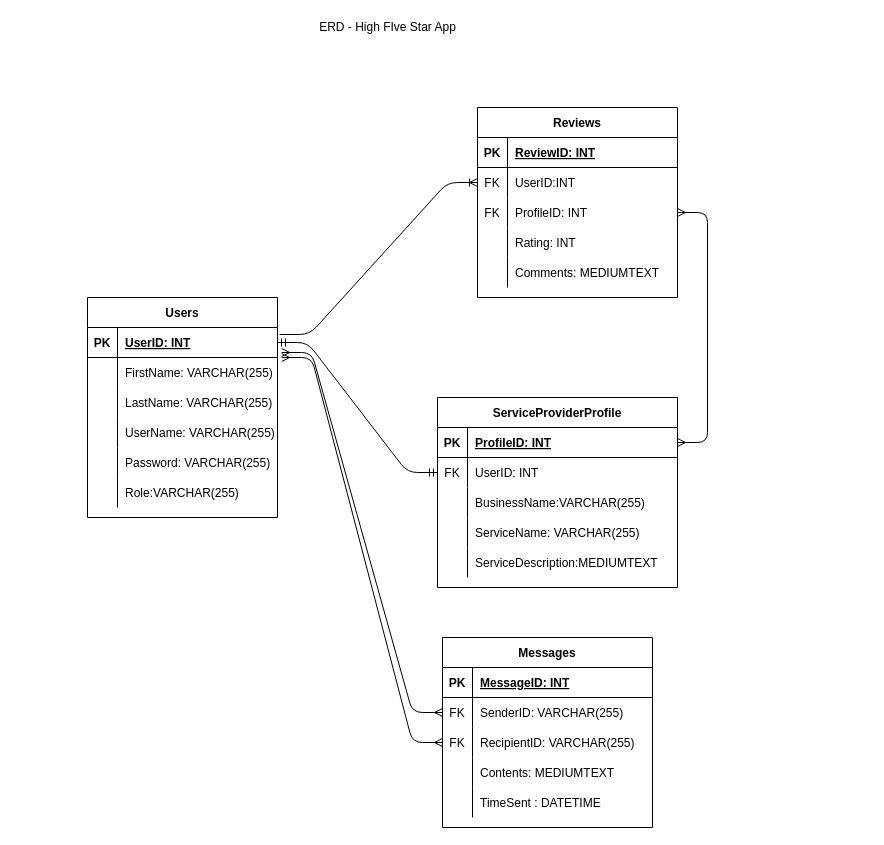
Before: Diagrams/ERDiagram.drawio in schurch82/High-Five-Star, a draw.io diagram. Source tidied: cells renumbered, new cells numbered last; positions are measured from the earlier drawing's top-left corner, leaving out a move shared by most shapes. Both pictures are drawn from the tidied source at 100%, with x=0, y=0 at pixel (87, 17).
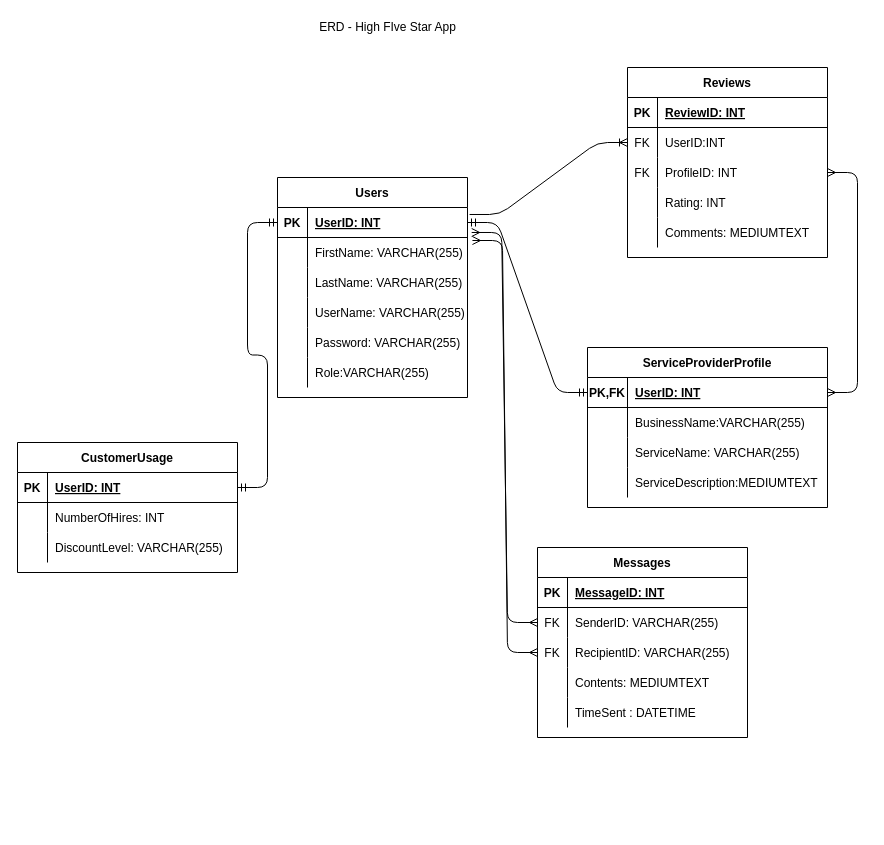
After the change.

Commit message:
adds Customer Usage table

The change refers to these unchanged cells:
```xml
<mxCell id="3" style="shape=partialRectangle;fillColor=none;top=0;left=0;bottom=1;right=0;points=[[0,0.5],[1,0.5]];portConstraint=eastwest;" parent="2" vertex="1">
  <mxGeometry y="30" width="190" height="30" as="geometry" />
</mxCell>
<mxCell id="6" style="shape=partialRectangle;fillColor=none;top=0;left=0;bottom=0;right=0;points=[[0,0.5],[1,0.5]];portConstraint=eastwest;" parent="2" vertex="1">
  <mxGeometry y="60" width="190" height="30" as="geometry" />
</mxCell>
<mxCell id="28" style="shape=partialRectangle;fillColor=none;top=0;left=0;bottom=0;right=0;points=[[0,0.5],[1,0.5]];portConstraint=eastwest;" parent="21" vertex="1">
  <mxGeometry y="90" width="210" height="30" as="geometry" />
</mxCell>
<mxCell id="55" style="shape=partialRectangle;fillColor=none;top=0;left=0;bottom=1;right=0;points=[[0,0.5],[1,0.5]];portConstraint=eastwest;" parent="54" vertex="1">
  <mxGeometry y="30" width="240" height="30" as="geometry" />
</mxCell>
```

The edit, as a diff of the source:
```diff
@@
     <mxCell id="2" value="Users" style="shape=table;startSize=30;childLayout=tableLayout;rowLines=0;fontStyle=1;align=center;" parent="1" vertex="1">
-      <mxGeometry y="280" width="190" height="220" as="geometry" />
+      <mxGeometry x="190" y="160" width="190" height="220" as="geometry" />
     </mxCell>
@@
     <mxCell id="21" value="Messages" style="shape=table;startSize=30;childLayout=tableLayout;rowLines=0;fontStyle=1;align=center;" parent="1" vertex="1">
-      <mxGeometry x="355" y="620" width="210" height="190" as="geometry" />
+      <mxGeometry x="450" y="530" width="210" height="190" as="geometry" />
     </mxCell>
@@
     <mxCell id="37" value="Reviews" style="shape=table;startSize=30;childLayout=tableLayout;rowLines=0;fontStyle=1;align=center;" parent="1" vertex="1">
-      <mxGeometry x="390" y="90" width="200" height="190" as="geometry" />
+      <mxGeometry x="540" y="50" width="200" height="190" as="geometry" />
     </mxCell>
@@
     <mxCell id="54" value="ServiceProviderProfile" style="shape=table;startSize=30;childLayout=tableLayout;rowLines=0;fontStyle=1;align=center;" parent="1" vertex="1">
-      <mxGeometry x="350" y="380" width="240" height="190" as="geometry" />
+      <mxGeometry x="500" y="330" width="240" height="160" as="geometry" />
     </mxCell>
@@
-    <mxCell id="56" value="PK" style="shape=partialRectangle;fillColor=none;top=0;left=0;bottom=0;right=0;fontStyle=1;overflow=hidden;" parent="55" vertex="1">
-      <mxGeometry width="30" height="30" as="geometry" />
+    <mxCell id="56" value="PK,FK" style="shape=partialRectangle;fillColor=none;top=0;left=0;bottom=0;right=0;fontStyle=1;overflow=hidden;" parent="55" vertex="1">
+      <mxGeometry width="40" height="30" as="geometry" />
     </mxCell>
-    <mxCell id="57" value="ProfileID: INT" style="shape=partialRectangle;fillColor=none;top=0;left=0;bottom=0;right=0;align=left;spacingLeft=6;fontStyle=5;overflow=hidden;" parent="55" vertex="1">
-      <mxGeometry x="30" width="210" height="30" as="geometry" />
+    <mxCell id="57" value="UserID: INT" style="shape=partialRectangle;fillColor=none;top=0;left=0;bottom=0;right=0;align=left;spacingLeft=6;fontStyle=5;overflow=hidden;" parent="55" vertex="1">
+      <mxGeometry x="40" width="200" height="30" as="geometry" />
     </mxCell>
-    <mxCell id="58" style="shape=partialRectangle;fillColor=none;top=0;left=0;bottom=0;right=0;points=[[0,0.5],[1,0.5]];portConstraint=eastwest;" parent="54" vertex="1">
-      <mxGeometry y="60" width="240" height="30" as="geometry" />
-    </mxCell>
-    <mxCell id="59" value="FK" style="shape=partialRectangle;fillColor=none;top=0;left=0;bottom=0;right=0;overflow=hidden;" parent="58" vertex="1">
-      <mxGeometry width="30" height="30" as="geometry" />
-    </mxCell>
-    <mxCell id="60" value="UserID: INT" style="shape=partialRectangle;fillColor=none;top=0;left=0;bottom=0;right=0;align=left;spacingLeft=6;overflow=hidden;" parent="58" vertex="1">
-      <mxGeometry x="30" width="210" height="30" as="geometry" />
-    </mxCell>
     <mxCell id="61" style="shape=partialRectangle;fillColor=none;top=0;left=0;bottom=0;right=0;" parent="54" vertex="1">
-      <mxGeometry y="90" width="240" height="30" as="geometry" />
+      <mxGeometry y="60" width="240" height="30" as="geometry" />
     </mxCell>
     <mxCell id="62" style="shape=partialRectangle;fillColor=none;top=0;left=0;bottom=0;right=0;overflow=hidden;" parent="61" vertex="1">
-      <mxGeometry width="30" height="30" as="geometry" />
+      <mxGeometry width="40" height="30" as="geometry" />
     </mxCell>
     <mxCell id="63" value="BusinessName:VARCHAR(255)" style="shape=partialRectangle;fillColor=none;top=0;left=0;bottom=0;right=0;align=left;spacingLeft=6;overflow=hidden;" parent="61" vertex="1">
-      <mxGeometry x="30" width="210" height="30" as="geometry" />
+      <mxGeometry x="40" width="200" height="30" as="geometry" />
     </mxCell>
     <mxCell id="64" style="shape=partialRectangle;fillColor=none;top=0;left=0;bottom=0;right=0;" parent="54" vertex="1">
-      <mxGeometry y="120" width="240" height="30" as="geometry" />
+      <mxGeometry y="90" width="240" height="30" as="geometry" />
     </mxCell>
     <mxCell id="65" style="shape=partialRectangle;fillColor=none;top=0;left=0;bottom=0;right=0;overflow=hidden;" parent="64" vertex="1">
-      <mxGeometry width="30" height="30" as="geometry" />
+      <mxGeometry width="40" height="30" as="geometry" />
     </mxCell>
     <mxCell id="66" value="ServiceName: VARCHAR(255)" style="shape=partialRectangle;fillColor=none;top=0;left=0;bottom=0;right=0;align=left;spacingLeft=6;overflow=hidden;" parent="64" vertex="1">
-      <mxGeometry x="30" width="210" height="30" as="geometry" />
+      <mxGeometry x="40" width="200" height="30" as="geometry" />
     </mxCell>
     <mxCell id="67" style="shape=partialRectangle;fillColor=none;top=0;left=0;bottom=0;right=0;" parent="54" vertex="1">
-      <mxGeometry y="150" width="240" height="30" as="geometry" />
+      <mxGeometry y="120" width="240" height="30" as="geometry" />
     </mxCell>
     <mxCell id="68" style="shape=partialRectangle;fillColor=none;top=0;left=0;bottom=0;right=0;overflow=hidden;" parent="67" vertex="1">
-      <mxGeometry width="30" height="30" as="geometry" />
+      <mxGeometry width="40" height="30" as="geometry" />
     </mxCell>
     <mxCell id="69" value="ServiceDescription:MEDIUMTEXT" style="shape=partialRectangle;fillColor=none;top=0;left=0;bottom=0;right=0;align=left;spacingLeft=6;overflow=hidden;" parent="67" vertex="1">
-      <mxGeometry x="30" width="210" height="30" as="geometry" />
+      <mxGeometry x="40" width="200" height="30" as="geometry" />
     </mxCell>
@@
-    <mxCell id="71" style="edgeStyle=entityRelationEdgeStyle;fontSize=12;html=1;endArrow=ERmandOne;startArrow=ERmandOne;entryX=0;entryY=0.5;entryDx=0;entryDy=0;exitX=1;exitY=0.5;exitDx=0;exitDy=0;" parent="1" edge="1" source="3" target="58">
+    <mxCell id="71" style="edgeStyle=entityRelationEdgeStyle;fontSize=12;html=1;endArrow=ERmandOne;startArrow=ERmandOne;entryX=0;entryY=0.5;entryDx=0;entryDy=0;exitX=1;exitY=0.5;exitDx=0;exitDy=0;" parent="1" edge="1" source="3" target="55">
       <mxGeometry relative="1" as="geometry" />
     </mxCell>
@@
-    <mxCell id="73" style="edgeStyle=entityRelationEdgeStyle;fontSize=12;html=1;endArrow=ERmany;startArrow=ERmany;exitX=1.022;exitY=1;exitDx=0;exitDy=0;exitPerimeter=0;entryX=0;entryY=0.5;entryDx=0;entryDy=0;" parent="1" edge="1" source="3" target="28">
+    <mxCell id="73" style="edgeStyle=entityRelationEdgeStyle;fontSize=12;html=1;endArrow=ERmany;startArrow=ERmany;exitX=1.026;exitY=0.1;exitDx=0;exitDy=0;entryX=0;entryY=0.5;entryDx=0;entryDy=0;exitPerimeter=0;" parent="1" edge="1" source="6" target="28">
       <mxGeometry relative="1" as="geometry" />
     </mxCell>
@@
+    <mxCell id="75" value="CustomerUsage" style="shape=table;startSize=30;childLayout=tableLayout;rowLines=0;fontStyle=1;align=center;" parent="1" vertex="1">
+      <mxGeometry x="-70" y="425" width="220" height="130" as="geometry" />
+    </mxCell>
+    <mxCell id="76" style="shape=partialRectangle;fillColor=none;top=0;left=0;bottom=1;right=0;points=[[0,0.5],[1,0.5]];portConstraint=eastwest;" parent="75" vertex="1">
+      <mxGeometry y="30" width="220" height="30" as="geometry" />
+    </mxCell>
+    <mxCell id="77" value="PK" style="shape=partialRectangle;fillColor=none;top=0;left=0;bottom=0;right=0;fontStyle=1;overflow=hidden;" parent="76" vertex="1">
+      <mxGeometry width="30" height="30" as="geometry" />
+    </mxCell>
+    <mxCell id="60" value="UserID: INT" style="shape=partialRectangle;fillColor=none;top=0;left=0;bottom=0;right=0;align=left;spacingLeft=6;fontStyle=5;overflow=hidden;" parent="76" vertex="1">
+      <mxGeometry x="30" width="190" height="30" as="geometry" />
+    </mxCell>
+    <mxCell id="78" style="shape=partialRectangle;fillColor=none;top=0;left=0;bottom=0;right=0;" parent="75" vertex="1">
+      <mxGeometry y="60" width="220" height="30" as="geometry" />
+    </mxCell>
+    <mxCell id="79" style="shape=partialRectangle;fillColor=none;top=0;left=0;bottom=0;right=0;overflow=hidden;" parent="78" vertex="1">
+      <mxGeometry width="30" height="30" as="geometry" />
+    </mxCell>
+    <mxCell id="80" value="NumberOfHires: INT" style="shape=partialRectangle;fillColor=none;top=0;left=0;bottom=0;right=0;align=left;spacingLeft=6;overflow=hidden;" parent="78" vertex="1">
+      <mxGeometry x="30" width="190" height="30" as="geometry" />
+    </mxCell>
+    <mxCell id="81" style="shape=partialRectangle;fillColor=none;top=0;left=0;bottom=0;right=0;" parent="75" vertex="1">
+      <mxGeometry y="90" width="220" height="30" as="geometry" />
+    </mxCell>
+    <mxCell id="82" style="shape=partialRectangle;fillColor=none;top=0;left=0;bottom=0;right=0;overflow=hidden;" parent="81" vertex="1">
+      <mxGeometry width="30" height="30" as="geometry" />
+    </mxCell>
+    <mxCell id="83" value="DiscountLevel: VARCHAR(255)" style="shape=partialRectangle;fillColor=none;top=0;left=0;bottom=0;right=0;align=left;spacingLeft=6;overflow=hidden;" parent="81" vertex="1">
+      <mxGeometry x="30" width="190" height="30" as="geometry" />
+    </mxCell>
+    <mxCell id="84" style="edgeStyle=entityRelationEdgeStyle;fontSize=12;html=1;endArrow=ERmandOne;startArrow=ERmandOne;entryX=0;entryY=0.5;entryDx=0;entryDy=0;exitX=1;exitY=0.5;exitDx=0;exitDy=0;" parent="1" edge="1" source="76" target="3">
+      <mxGeometry relative="1" as="geometry" />
+    </mxCell>
```
